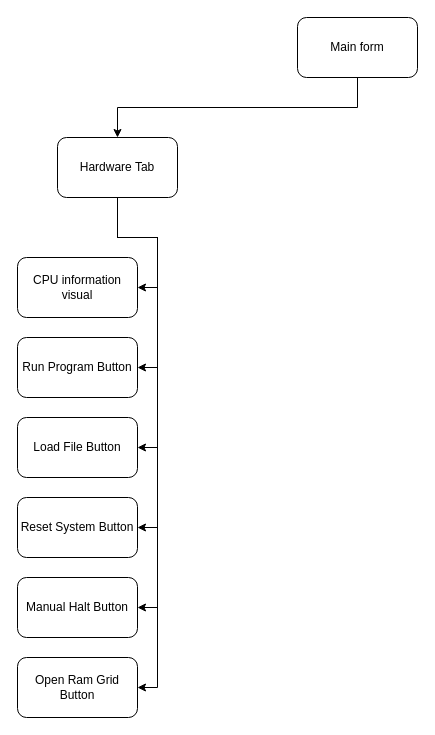
Earlier version of the draw.io diagram hiarachy.drawio (yetAnotherEgirl/AQA-Assembly-emulator). Source tidied: cells renumbered, new cells numbered last; positions are measured from the earlier drawing's top-left corner, leaving out a move shared by most shapes. Both pictures are drawn from the tidied source at 100%, with x=0, y=0 at pixel (17, 17).
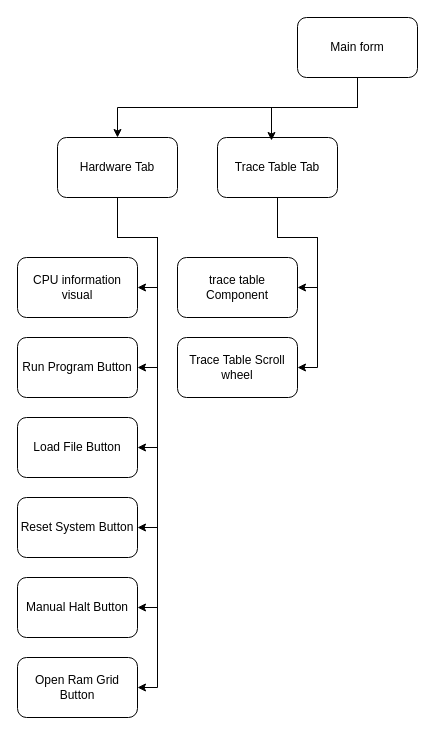
The same diagram, later.

The change refers to these unchanged cells:
```xml
<mxCell id="3" value="Main form" style="rounded=1;whiteSpace=wrap;html=1;" parent="1" vertex="1">
  <mxGeometry x="280" width="120" height="60" as="geometry" />
</mxCell>
```

What changed in the source:
```diff
@@
+    <mxCell id="17" style="edgeStyle=orthogonalEdgeStyle;rounded=0;jettySize=auto;html=1;entryX=1;entryY=0.5;entryDx=0;entryDy=0;" parent="1" edge="1" source="19" target="20">
+      <mxGeometry relative="1" as="geometry">
+        <Array as="points">
+          <mxPoint x="260" y="220" />
+          <mxPoint x="300" y="220" />
+          <mxPoint x="300" y="270" />
+        </Array>
+      </mxGeometry>
+    </mxCell>
+    <mxCell id="18" style="edgeStyle=orthogonalEdgeStyle;rounded=0;jettySize=auto;html=1;entryX=1;entryY=0.5;entryDx=0;entryDy=0;" parent="1" edge="1" source="19" target="21">
+      <mxGeometry relative="1" as="geometry">
+        <Array as="points">
+          <mxPoint x="260" y="220" />
+          <mxPoint x="300" y="220" />
+          <mxPoint x="300" y="350" />
+        </Array>
+      </mxGeometry>
+    </mxCell>
+    <mxCell id="19" value="Trace Table Tab" style="rounded=1;whiteSpace=wrap;html=1;" parent="1" vertex="1">
+      <mxGeometry x="200" y="120" width="120" height="60" as="geometry" />
+    </mxCell>
+    <mxCell id="20" value="trace table Component" style="rounded=1;whiteSpace=wrap;html=1;" parent="1" vertex="1">
+      <mxGeometry x="160" y="240" width="120" height="60" as="geometry" />
+    </mxCell>
+    <mxCell id="21" value="Trace Table Scroll wheel" style="rounded=1;whiteSpace=wrap;html=1;" parent="1" vertex="1">
+      <mxGeometry x="160" y="320" width="120" height="60" as="geometry" />
+    </mxCell>
+    <mxCell id="22" style="edgeStyle=orthogonalEdgeStyle;rounded=0;jettySize=auto;html=1;entryX=0.45;entryY=0.05;entryDx=0;entryDy=0;entryPerimeter=0;" parent="1" edge="1" source="3" target="19">
+      <mxGeometry relative="1" as="geometry" />
+    </mxCell>
```
